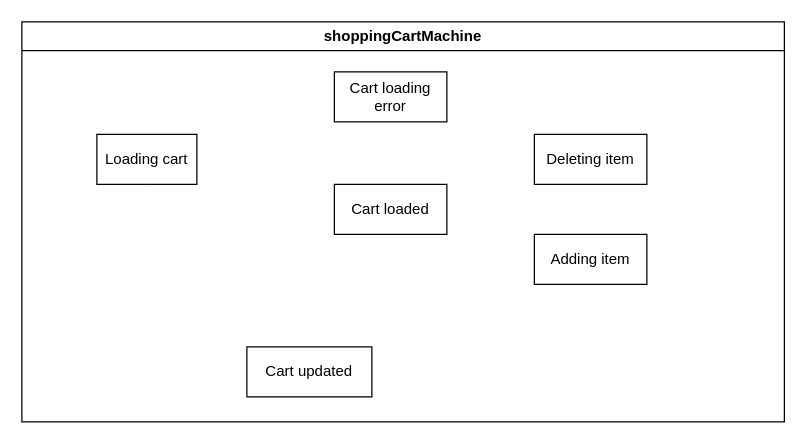
Earlier version of the draw.io diagram app/machines/shoppingCartMachine.drawio (lizkaufman/gw-prep-app). Source tidied: cells renumbered, new cells numbered last; positions are measured from the earlier drawing's top-left corner, leaving out a move shared by most shapes. Both pictures are drawn from the tidied source at 125%, with x=0, y=0 at pixel (21, 21).
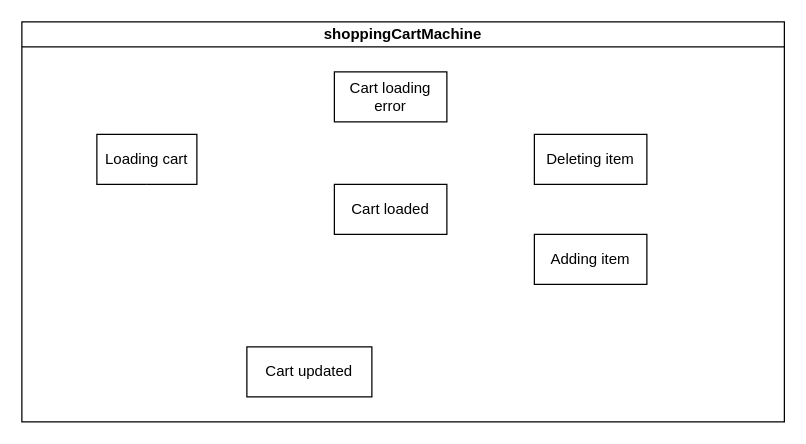
Above is the later version.

What changed in the source:
```diff
@@
-    <mxCell id="15" value="shoppingCartMachine" style="swimlane;whiteSpace=wrap;html=1;" parent="1" vertex="1">
+    <mxCell id="15" value="shoppingCartMachine" style="swimlane;whiteSpace=wrap;html=1;startSize=20;" parent="1" vertex="1">
       <mxGeometry width="610" height="320" as="geometry" />
     </mxCell>
```
